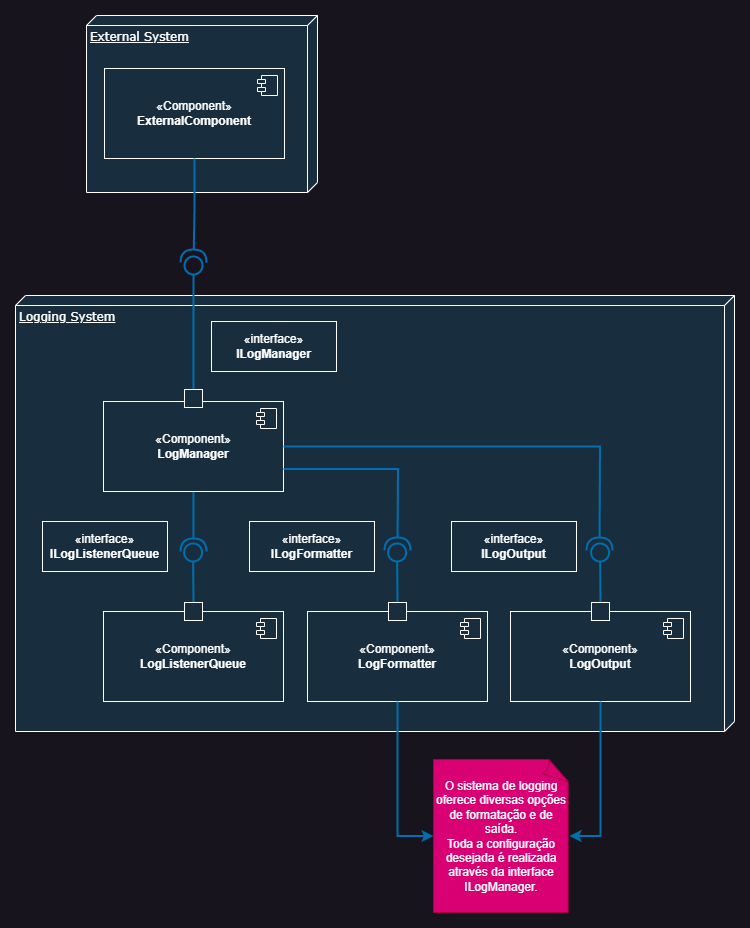
The draw.io diagram documents/Component Diagram.drawio.png in pietrodeluca1997/byte-forge-project, before a commit. Source tidied: cells renumbered, new cells last; positions are measured from the earlier drawing's top-left corner, leaving out a move shared by most shapes.
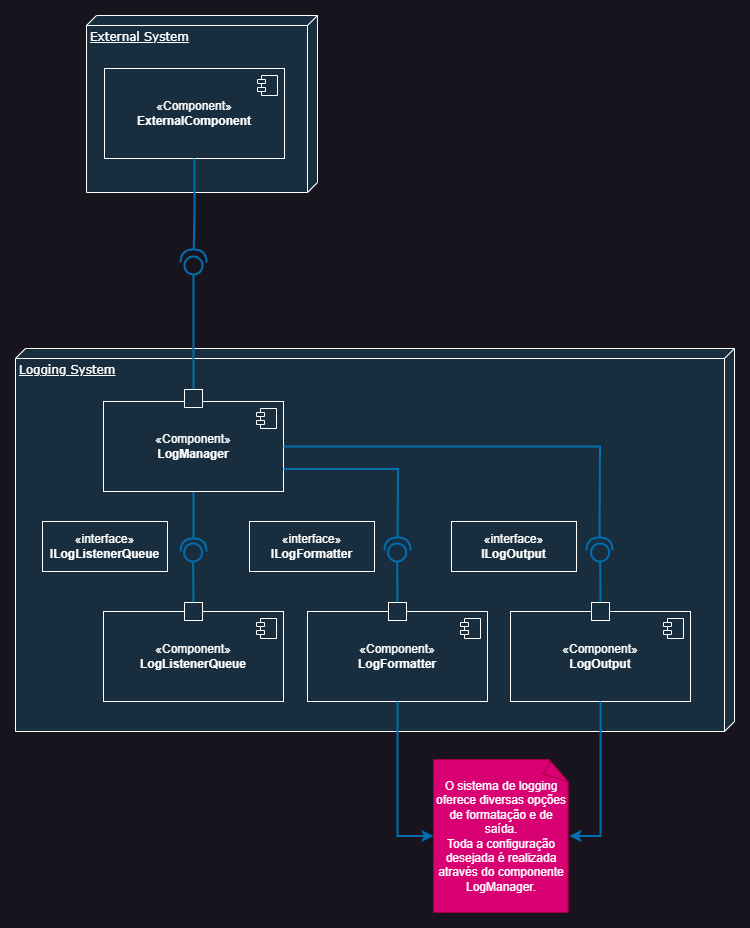
After the commit.

Commit message:
Component diagram updated

Diff of the diagram source:
```diff
@@ -3,7 +3,7 @@
     <mxCell id="0" />
     <mxCell id="1" parent="0" />
     <mxCell id="2" value="&lt;div&gt;Logging System&lt;/div&gt;&lt;div&gt;&lt;br&gt;&lt;/div&gt;" style="verticalAlign=top;align=left;spacingTop=8;spacingLeft=2;spacingRight=12;shape=cube;size=10;direction=south;fontStyle=4;html=1;rounded=0;shadow=0;comic=0;labelBackgroundColor=none;strokeWidth=1;fontFamily=Verdana;fontSize=12;fillColor=#182E3E;strokeColor=#FFFFFF;fontColor=#FFFFFF;" parent="1" vertex="1">
-      <mxGeometry y="280" width="719" height="436" as="geometry" />
+      <mxGeometry y="333" width="719" height="383" as="geometry" />
     </mxCell>
     <mxCell id="3" style="edgeStyle=orthogonalEdgeStyle;rounded=0;jettySize=auto;html=1;strokeColor=#006EAF;endArrow=halfCircle;endFill=0;jumpSize=6;endSize=10;fillColor=#1ba1e2;strokeWidth=2;" parent="1" edge="1" source="4">
       <mxGeometry relative="1" as="geometry">
@@ -93,10 +93,7 @@
     <mxCell id="24" value="«interface»&lt;br&gt;&lt;b&gt;ILogOutput&lt;/b&gt;" style="html=1;whiteSpace=wrap;strokeColor=#FFFFFF;fontColor=#FFFFFF;fillColor=#182E3E;" parent="1" vertex="1">
       <mxGeometry x="436" y="506" width="125" height="50" as="geometry" />
     </mxCell>
-    <mxCell id="25" value="«interface»&lt;br&gt;&lt;b&gt;ILogManager&lt;/b&gt;" style="html=1;whiteSpace=wrap;strokeColor=#FFFFFF;fontColor=#FFFFFF;fillColor=#182E3E;" parent="1" vertex="1">
-      <mxGeometry x="196" y="306" width="125" height="50" as="geometry" />
-    </mxCell>
-    <mxCell id="26" value="O sistema de logging oferece diversas opções de formatação e de saída.&lt;br&gt;Toda a configuração desejada é realizada através da interface ILogManager." style="whiteSpace=wrap;html=1;shape=mxgraph.basic.document;fillColor=#d80073;fontColor=#ffffff;strokeColor=#A50040;" parent="1" vertex="1">
+    <mxCell id="26" value="O sistema de logging oferece diversas opções de formatação e de saída.&lt;br&gt;Toda a configuração desejada é realizada através do componente LogManager." style="whiteSpace=wrap;html=1;shape=mxgraph.basic.document;fillColor=#d80073;fontColor=#ffffff;strokeColor=#A50040;" parent="1" vertex="1">
       <mxGeometry x="418" y="744" width="136" height="153" as="geometry" />
     </mxCell>
     <mxCell id="27" style="edgeStyle=orthogonalEdgeStyle;rounded=0;jettySize=auto;html=1;entryX=0;entryY=0.5;entryDx=0;entryDy=0;entryPerimeter=0;strokeColor=#006EAF;endSize=6;strokeWidth=2;fillColor=#1ba1e2;" parent="1" edge="1" source="12" target="26">
@@ -121,8 +118,11 @@
         <mxPoint x="178" y="247" as="targetPoint" />
       </mxGeometry>
     </mxCell>
-    <mxCell id="33" style="edgeStyle=orthogonalEdgeStyle;rounded=0;orthogonalLoop=1;jettySize=auto;html=1;exitX=0.5;exitY=1;exitDx=0;exitDy=0;" parent="1" edge="1" source="25" target="25">
-      <mxGeometry relative="1" as="geometry" />
+    <mxCell id="33" style="edgeStyle=orthogonalEdgeStyle;rounded=0;orthogonalLoop=1;jettySize=auto;html=1;exitX=0.5;exitY=1;exitDx=0;exitDy=0;" parent="1" edge="1">
+      <mxGeometry relative="1" as="geometry">
+        <mxPoint x="258.5" y="356" as="sourcePoint" />
+        <mxPoint x="258.5" y="356" as="targetPoint" />
+      </mxGeometry>
     </mxCell>
   </root>
 </mxGraphModel>
```
